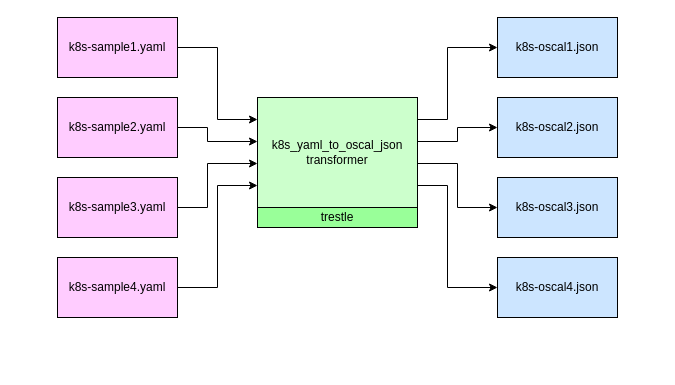
kubernetes-sigs/wg-policy-prototypes keeps this draw.io diagram as policy-report/oscal-transformer/images/k8s-to-oscal.drawio. Above is the earlier version. Source tidied: cells renumbered, new cells numbered last; positions are measured from the earlier drawing's top-left corner, leaving out a move shared by most shapes. Both pictures are drawn from the tidied source at 100%, with x=0, y=0 at pixel (57, 17).
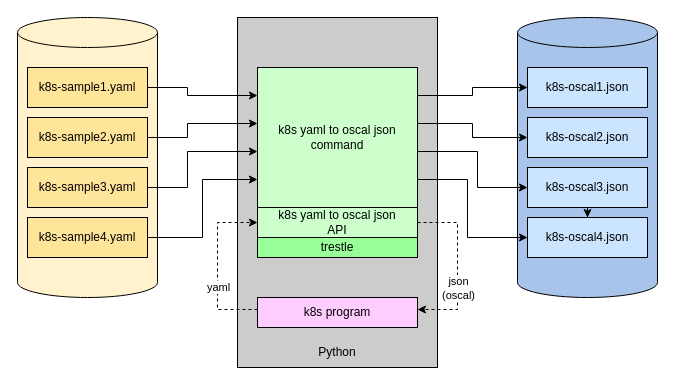
The same page after the edit.

Commit message (it also covers changes not shown here):
Modest change to purify API. Update diagram and README accordingly.

Change to the diagram source:
```diff
@@
+    <mxCell id="20" style="rounded=0;whiteSpace=wrap;html=1;fillColor=#CCCCCC;" parent="1" vertex="1">
+      <mxGeometry x="180" width="200" height="350" as="geometry" />
+    </mxCell>
+    <mxCell id="21" style="shape=cylinder3;whiteSpace=wrap;html=1;boundedLbl=1;backgroundOutline=1;size=15;fillColor=#A9C4EB;" parent="1" vertex="1">
+      <mxGeometry x="460" width="140" height="280" as="geometry" />
+    </mxCell>
+    <mxCell id="22" style="shape=cylinder3;whiteSpace=wrap;html=1;boundedLbl=1;backgroundOutline=1;size=15;fillColor=#FFF2CC;" parent="1" vertex="1">
+      <mxGeometry x="-40" width="140" height="280" as="geometry" />
+    </mxCell>
     <mxCell id="2" style="edgeStyle=orthogonalEdgeStyle;rounded=0;jettySize=auto;html=1;exitX=1;exitY=0.5;exitDx=0;exitDy=0;entryX=0;entryY=0.2;entryDx=0;entryDy=0;entryPerimeter=0;" parent="1" edge="1" source="3" target="12">
-      <mxGeometry relative="1" as="geometry" />
+      <mxGeometry relative="1" as="geometry">
+        <Array as="points">
+          <mxPoint x="130" y="70" />
+          <mxPoint x="130" y="78" />
+        </Array>
+      </mxGeometry>
     </mxCell>
-    <mxCell id="3" value="k8s-sample1.yaml" style="rounded=0;whiteSpace=wrap;html=1;fillColor=#FFCCFF;" parent="1" vertex="1">
-      <mxGeometry width="120" height="60" as="geometry" />
+    <mxCell id="3" value="k8s-sample1.yaml" style="rounded=0;whiteSpace=wrap;html=1;fillColor=#FFE599;" parent="1" vertex="1">
+      <mxGeometry x="-30" y="50" width="120" height="40" as="geometry" />
     </mxCell>
     <mxCell id="4" style="edgeStyle=orthogonalEdgeStyle;rounded=0;jettySize=auto;html=1;exitX=1;exitY=0.5;exitDx=0;exitDy=0;entryX=0;entryY=0.4;entryDx=0;entryDy=0;entryPerimeter=0;" parent="1" edge="1" source="5" target="12">
       <mxGeometry relative="1" as="geometry">
         <Array as="points">
-          <mxPoint x="150" y="110" />
-          <mxPoint x="150" y="124" />
+          <mxPoint x="130" y="120" />
+          <mxPoint x="130" y="106" />
         </Array>
       </mxGeometry>
     </mxCell>
-    <mxCell id="5" value="k8s-sample2.yaml" style="rounded=0;whiteSpace=wrap;html=1;fillColor=#FFCCFF;" parent="1" vertex="1">
-      <mxGeometry y="80" width="120" height="60" as="geometry" />
+    <mxCell id="5" value="k8s-sample2.yaml" style="rounded=0;whiteSpace=wrap;html=1;fillColor=#FFE599;" parent="1" vertex="1">
+      <mxGeometry x="-30" y="100" width="120" height="40" as="geometry" />
     </mxCell>
     <mxCell id="6" style="edgeStyle=orthogonalEdgeStyle;rounded=0;jettySize=auto;html=1;exitX=1;exitY=0.5;exitDx=0;exitDy=0;entryX=0;entryY=0.6;entryDx=0;entryDy=0;entryPerimeter=0;" parent="1" edge="1" source="7" target="12">
       <mxGeometry relative="1" as="geometry">
         <Array as="points">
-          <mxPoint x="150" y="190" />
-          <mxPoint x="150" y="146" />
+          <mxPoint x="130" y="170" />
+          <mxPoint x="130" y="134" />
         </Array>
       </mxGeometry>
     </mxCell>
-    <mxCell id="7" value="k8s-sample3.yaml&lt;br&gt;" style="rounded=0;whiteSpace=wrap;html=1;fillColor=#FFCCFF;" parent="1" vertex="1">
-      <mxGeometry y="160" width="120" height="60" as="geometry" />
+    <mxCell id="7" value="k8s-sample3.yaml&lt;br&gt;" style="rounded=0;whiteSpace=wrap;html=1;fillColor=#FFE599;" parent="1" vertex="1">
+      <mxGeometry x="-30" y="150" width="120" height="40" as="geometry" />
     </mxCell>
+    <mxCell id="9" style="edgeStyle=orthogonalEdgeStyle;rounded=0;jettySize=auto;html=1;exitX=1;exitY=0.4;exitDx=0;exitDy=0;exitPerimeter=0;entryX=0;entryY=0.5;entryDx=0;entryDy=0;" parent="1" edge="1" source="12" target="15">
+      <mxGeometry relative="1" as="geometry" />
+    </mxCell>
     <mxCell id="8" style="edgeStyle=orthogonalEdgeStyle;rounded=0;jettySize=auto;html=1;exitX=1;exitY=0.2;exitDx=0;exitDy=0;exitPerimeter=0;entryX=0;entryY=0.5;entryDx=0;entryDy=0;" parent="1" edge="1" source="12" target="14">
-      <mxGeometry relative="1" as="geometry">
-        <Array as="points">
-          <mxPoint x="390" y="102" />
-          <mxPoint x="390" y="30" />
-        </Array>
-      </mxGeometry>
+      <mxGeometry relative="1" as="geometry" />
     </mxCell>
-    <mxCell id="9" style="edgeStyle=orthogonalEdgeStyle;rounded=0;jettySize=auto;html=1;exitX=1;exitY=0.4;exitDx=0;exitDy=0;exitPerimeter=0;entryX=0;entryY=0.5;entryDx=0;entryDy=0;" parent="1" edge="1" source="12" target="15">
-      <mxGeometry relative="1" as="geometry" />
-    </mxCell>
     <mxCell id="10" style="edgeStyle=orthogonalEdgeStyle;rounded=0;jettySize=auto;html=1;exitX=1;exitY=0.6;exitDx=0;exitDy=0;exitPerimeter=0;entryX=0;entryY=0.5;entryDx=0;entryDy=0;" parent="1" edge="1" source="12" target="16">
       <mxGeometry relative="1" as="geometry">
         <Array as="points">
-          <mxPoint x="400" y="146" />
-          <mxPoint x="400" y="190" />
+          <mxPoint x="420" y="134" />
+          <mxPoint x="420" y="170" />
         </Array>
       </mxGeometry>
     </mxCell>
     <mxCell id="11" style="edgeStyle=orthogonalEdgeStyle;rounded=0;jettySize=auto;html=1;exitX=1;exitY=0.8;exitDx=0;exitDy=0;exitPerimeter=0;entryX=0;entryY=0.5;entryDx=0;entryDy=0;" parent="1" edge="1" source="12" target="19">
       <mxGeometry relative="1" as="geometry">
         <Array as="points">
-          <mxPoint x="390" y="168" />
-          <mxPoint x="390" y="270" />
+          <mxPoint x="410" y="162" />
+          <mxPoint x="410" y="220" />
         </Array>
       </mxGeometry>
     </mxCell>
-    <mxCell id="12" value="k8s_yaml_to_oscal_json&lt;br&gt;transformer" style="rounded=0;whiteSpace=wrap;html=1;points=[[0,0,0,0,0],[0,0.2,0,0,0],[0,0.4,0,0,0],[0,0.6,0,0,0],[0,0.8,0,0,0],[0,1,0,0,0],[0.25,0,0,0,0],[0.25,1,0,0,0],[0.5,0,0,0,0],[0.5,1,0,0,0],[0.75,0,0,0,0],[0.75,1,0,0,0],[1,0,0,0,0],[1,0.2,0,0,0],[1,0.4,0,0,0],[1,0.6,0,0,0],[1,0.8,0,0,0],[1,1,0,0,0]];fillColor=#CCFFCC;" parent="1" vertex="1">
-      <mxGeometry x="200" y="80" width="160" height="110" as="geometry" />
+    <mxCell id="12" value="k8s yaml to oscal json&lt;br&gt;command" style="rounded=0;whiteSpace=wrap;html=1;points=[[0,0,0,0,0],[0,0.2,0,0,0],[0,0.4,0,0,0],[0,0.6,0,0,0],[0,0.8,0,0,0],[0,1,0,0,0],[0.25,0,0,0,0],[0.25,1,0,0,0],[0.5,0,0,0,0],[0.5,1,0,0,0],[0.75,0,0,0,0],[0.75,1,0,0,0],[1,0,0,0,0],[1,0.2,0,0,0],[1,0.4,0,0,0],[1,0.6,0,0,0],[1,0.8,0,0,0],[1,1,0,0,0]];fillColor=#CCFFCC;" parent="1" vertex="1">
+      <mxGeometry x="200" y="50" width="160" height="140" as="geometry" />
     </mxCell>
     <mxCell id="13" value="trestle" style="rounded=0;whiteSpace=wrap;html=1;fillColor=#99FF99;" parent="1" vertex="1">
-      <mxGeometry x="200" y="190" width="160" height="20" as="geometry" />
+      <mxGeometry x="200" y="220" width="160" height="20" as="geometry" />
     </mxCell>
     <mxCell id="14" value="k8s-oscal1.json" style="rounded=0;whiteSpace=wrap;html=1;fillColor=#CCE5FF;" parent="1" vertex="1">
-      <mxGeometry x="440" width="120" height="60" as="geometry" />
+      <mxGeometry x="470" y="50" width="120" height="40" as="geometry" />
     </mxCell>
     <mxCell id="15" value="k8s-oscal2.json" style="rounded=0;whiteSpace=wrap;html=1;fillColor=#CCE5FF;" parent="1" vertex="1">
-      <mxGeometry x="440" y="80" width="120" height="60" as="geometry" />
+      <mxGeometry x="470" y="100" width="120" height="40" as="geometry" />
     </mxCell>
+    <mxCell id="23" style="edgeStyle=orthogonalEdgeStyle;rounded=0;jettySize=auto;html=1;" parent="1" edge="1" source="16" target="19">
+      <mxGeometry relative="1" as="geometry" />
+    </mxCell>
     <mxCell id="16" value="k8s-oscal3.json" style="rounded=0;whiteSpace=wrap;html=1;fillColor=#CCE5FF;" parent="1" vertex="1">
-      <mxGeometry x="440" y="160" width="120" height="60" as="geometry" />
+      <mxGeometry x="470" y="150" width="120" height="40" as="geometry" />
     </mxCell>
@@
-    <mxCell id="18" value="k8s-sample4.yaml" style="rounded=0;whiteSpace=wrap;html=1;fillColor=#FFCCFF;" parent="1" vertex="1">
-      <mxGeometry y="240" width="120" height="60" as="geometry" />
+    <mxCell id="18" value="k8s-sample4.yaml" style="rounded=0;whiteSpace=wrap;html=1;fillColor=#FFE599;" parent="1" vertex="1">
+      <mxGeometry x="-30" y="200" width="120" height="40" as="geometry" />
     </mxCell>
     <mxCell id="19" value="k8s-oscal4.json" style="rounded=0;whiteSpace=wrap;html=1;fillColor=#CCE5FF;" parent="1" vertex="1">
-      <mxGeometry x="440" y="240" width="120" height="60" as="geometry" />
+      <mxGeometry x="470" y="200" width="120" height="40" as="geometry" />
     </mxCell>
+    <mxCell id="24" value="k8s yaml to oscal json&lt;br&gt;API" style="rounded=0;whiteSpace=wrap;html=1;fillColor=#ccffcc;" parent="1" vertex="1">
+      <mxGeometry x="200" y="190" width="160" height="30" as="geometry" />
+    </mxCell>
+    <mxCell id="25" value="k8s program" style="rounded=0;whiteSpace=wrap;html=1;points=[[0,0,0,0,0],[0,0.2,0,0,0],[0,0.4,0,0,0],[0,0.6,0,0,0],[0,0.8,0,0,0],[0,1,0,0,0],[0.25,0,0,0,0],[0.25,1,0,0,0],[0.5,0,0,0,0],[0.5,1,0,0,0],[0.75,0,0,0,0],[0.75,1,0,0,0],[1,0,0,0,0],[1,0.2,0,0,0],[1,0.4,0,0,0],[1,0.6,0,0,0],[1,0.8,0,0,0],[1,1,0,0,0]];fillColor=#FFCCFF;" parent="1" vertex="1">
+      <mxGeometry x="200" y="280" width="160" height="30" as="geometry" />
+    </mxCell>
+    <mxCell id="26" style="endArrow=classic;html=1;rounded=0;exitX=0;exitY=0.4;exitDx=0;exitDy=0;exitPerimeter=0;entryX=0;entryY=0.5;entryDx=0;entryDy=0;fillColor=#000000;dashed=1;" parent="1" edge="1" source="25" target="24">
+      <mxGeometry relative="1" as="geometry">
+        <Array as="points">
+          <mxPoint x="160" y="292" />
+          <mxPoint x="160" y="205" />
+        </Array>
+      </mxGeometry>
+    </mxCell>
+    <mxCell id="27" value="yaml" style="edgeLabel;html=1;align=center;verticalAlign=middle;" parent="26" vertex="1">
+      <mxGeometry relative="1" as="geometry">
+        <mxPoint y="21" as="offset" />
+      </mxGeometry>
+    </mxCell>
+    <mxCell id="28" style="endArrow=classic;html=1;rounded=0;exitX=1;exitY=0.5;exitDx=0;exitDy=0;entryX=1;entryY=0.4;entryDx=0;entryDy=0;entryPerimeter=0;dashed=1;" parent="1" edge="1" source="24" target="25">
+      <mxGeometry relative="1" as="geometry">
+        <Array as="points">
+          <mxPoint x="400" y="205" />
+          <mxPoint x="400" y="292" />
+        </Array>
+      </mxGeometry>
+    </mxCell>
+    <mxCell id="29" value="json&lt;br&gt;(oscal)" style="edgeLabel;html=1;align=center;verticalAlign=middle;" parent="28" vertex="1">
+      <mxGeometry relative="1" as="geometry">
+        <mxPoint y="21" as="offset" />
+      </mxGeometry>
+    </mxCell>
+    <mxCell id="30" value="Python" style="text;html=1;strokeColor=none;fillColor=none;align=center;verticalAlign=middle;whiteSpace=wrap;rounded=0;" parent="1" vertex="1">
+      <mxGeometry x="250" y="320" width="60" height="30" as="geometry" />
+    </mxCell>
```
